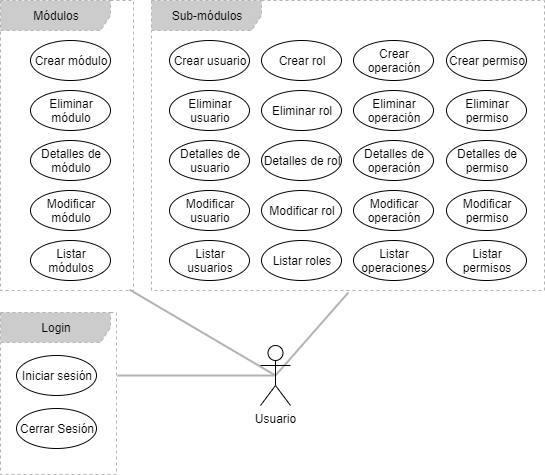
The draw.io diagram diagramas/Diagrama-Casos_de_uso.png in FernandoCalmet/java-login-layered-skeletor, before a commit. Source tidied: cells renumbered, new cells last; positions are measured from the earlier drawing's top-left corner, leaving out a move shared by most shapes.
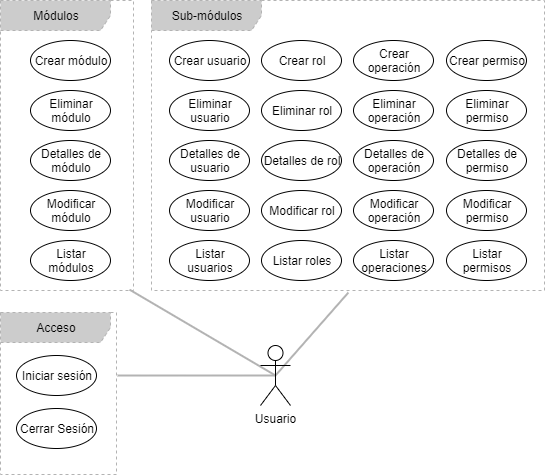
Later version of the same file.

The edit, as a diff of the source:
```diff
@@ -83,7 +83,7 @@
     <mxCell id="28" value="Listar permisos" style="ellipse;whiteSpace=wrap;html=1;" parent="1" vertex="1">
       <mxGeometry x="446" y="240" width="80" height="40" as="geometry" />
     </mxCell>
-    <mxCell id="29" value="Login" style="shape=umlFrame;whiteSpace=wrap;html=1;width=110;height=30;dashed=1;fillColor=#CCCCCC;strokeColor=#B3B3B3;fontColor=#000000;" parent="1" vertex="1">
+    <mxCell id="29" value="Acceso" style="shape=umlFrame;whiteSpace=wrap;html=1;width=110;height=30;dashed=1;fillColor=#CCCCCC;strokeColor=#B3B3B3;fontColor=#000000;" parent="1" vertex="1">
       <mxGeometry y="312" width="116" height="162" as="geometry" />
     </mxCell>
     <mxCell id="30" value="Iniciar sesión" style="ellipse;whiteSpace=wrap;html=1;" parent="1" vertex="1">
```
